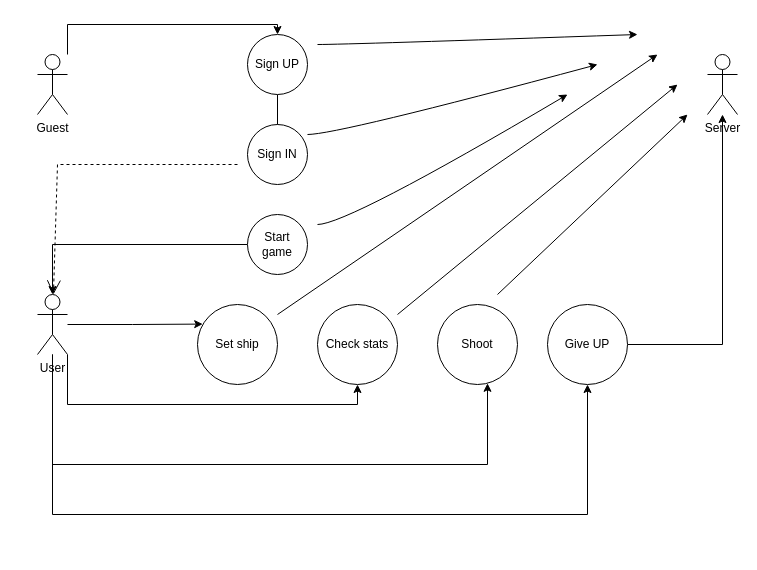
Before: UseCase.drawio in Galaxy-1337/Project_TMP, a draw.io diagram. Source tidied: cells renumbered, new cells numbered last; positions are measured from the earlier drawing's top-left corner, leaving out a move shared by most shapes. Both pictures are drawn from the tidied source at 100%, with x=0, y=0 at pixel (37, 24).
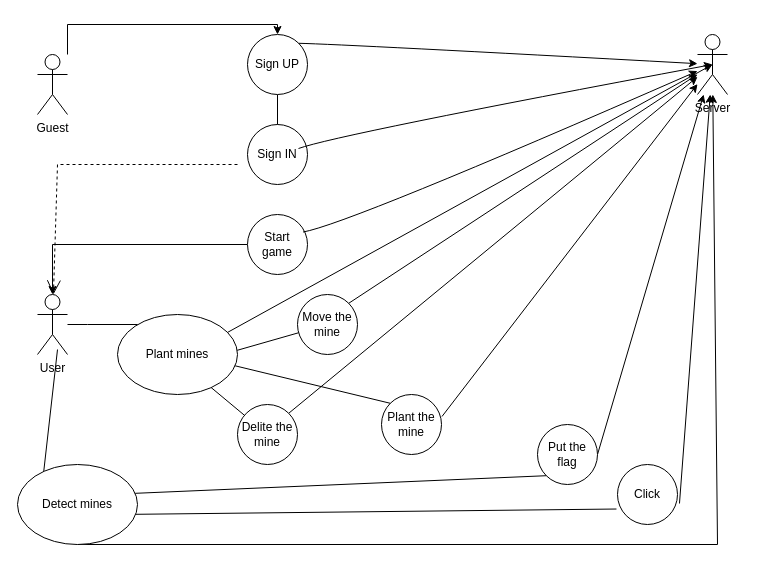
The same page after the edit.

Unchanged cells that the change refers to:
```xml
<mxCell id="6" value="User" style="shape=umlActor;verticalLabelPosition=bottom;verticalAlign=top;html=1;outlineConnect=0;" parent="1" vertex="1">
  <mxGeometry y="270" width="30" height="60" as="geometry" />
</mxCell>
<mxCell id="9" value="Sign UP" style="ellipse;whiteSpace=wrap;html=1;" parent="1" vertex="1">
  <mxGeometry x="210" y="10" width="60" height="60" as="geometry" />
</mxCell>
<mxCell id="10" value="Sign IN" style="ellipse;whiteSpace=wrap;html=1;" parent="1" vertex="1">
  <mxGeometry x="210" y="100" width="60" height="60" as="geometry" />
</mxCell>
<mxCell id="14" value="Start game" style="ellipse;whiteSpace=wrap;html=1;" parent="1" vertex="1">
  <mxGeometry x="210" y="190" width="60" height="60" as="geometry" />
</mxCell>
```

Change to the diagram source:
```diff
@@
-    <mxCell id="4" style="edgeStyle=orthogonalEdgeStyle;rounded=0;jettySize=auto;html=1;entryX=0.5;entryY=1;entryDx=0;entryDy=0;" parent="1" edge="1" source="6" target="15">
-      <mxGeometry relative="1" as="geometry">
-        <Array as="points">
-          <mxPoint x="30" y="380" />
-          <mxPoint x="320" y="380" />
-        </Array>
-      </mxGeometry>
-    </mxCell>
-    <mxCell id="5" style="edgeStyle=orthogonalEdgeStyle;rounded=0;jettySize=auto;html=1;" parent="1" edge="1" source="6" target="17">
-      <mxGeometry relative="1" as="geometry">
-        <Array as="points">
-          <mxPoint x="15" y="490" />
-          <mxPoint x="550" y="490" />
-        </Array>
-      </mxGeometry>
-    </mxCell>
@@
     <mxCell id="7" value="Server" style="shape=umlActor;verticalLabelPosition=bottom;verticalAlign=top;html=1;outlineConnect=0;" parent="1" vertex="1">
-      <mxGeometry x="670" y="30" width="30" height="60" as="geometry" />
+      <mxGeometry x="660" y="10" width="30" height="60" as="geometry" />
     </mxCell>
@@
-    <mxCell id="11" value="Set ship" style="ellipse;whiteSpace=wrap;html=1;" parent="1" vertex="1">
-      <mxGeometry x="160" y="280" width="80" height="80" as="geometry" />
-    </mxCell>
-    <mxCell id="12" value="Shoot" style="ellipse;whiteSpace=wrap;html=1;" parent="1" vertex="1">
-      <mxGeometry x="400" y="280" width="80" height="80" as="geometry" />
+    <mxCell id="12" value="Click" style="ellipse;whiteSpace=wrap;html=1;" parent="1" vertex="1">
+      <mxGeometry x="580" y="440" width="60" height="60" as="geometry" />
     </mxCell>
@@
-    <mxCell id="15" value="Check stats" style="ellipse;whiteSpace=wrap;html=1;" parent="1" vertex="1">
-      <mxGeometry x="280" y="280" width="80" height="80" as="geometry" />
-    </mxCell>
-    <mxCell id="16" style="edgeStyle=orthogonalEdgeStyle;rounded=0;jettySize=auto;html=1;" parent="1" edge="1" source="17" target="7">
-      <mxGeometry relative="1" as="geometry" />
-    </mxCell>
-    <mxCell id="17" value="Give UP" style="ellipse;whiteSpace=wrap;html=1;" parent="1" vertex="1">
-      <mxGeometry x="510" y="280" width="80" height="80" as="geometry" />
+    <mxCell id="17" value="Move the mine" style="ellipse;whiteSpace=wrap;html=1;" parent="1" vertex="1">
+      <mxGeometry x="260" y="270" width="60" height="60" as="geometry" />
     </mxCell>
-    <mxCell id="18" style="edgeStyle=orthogonalEdgeStyle;rounded=0;jettySize=auto;html=1;entryX=0.065;entryY=0.245;entryDx=0;entryDy=0;entryPerimeter=0;" parent="1" edge="1" source="6" target="11">
-      <mxGeometry relative="1" as="geometry" />
+    <mxCell id="18" style="edgeStyle=orthogonalEdgeStyle;rounded=0;jettySize=auto;html=1;entryX=0.065;entryY=0.245;entryDx=0;entryDy=0;entryPerimeter=0;" parent="1" edge="1" source="6">
+      <mxGeometry relative="1" as="geometry">
+        <mxPoint x="115.2" y="309.6" as="targetPoint" />
+        <Array as="points">
+          <mxPoint x="50" y="300" />
+          <mxPoint x="50" y="300" />
+        </Array>
+      </mxGeometry>
     </mxCell>
-    <mxCell id="19" style="edgeStyle=orthogonalEdgeStyle;rounded=0;jettySize=auto;html=1;entryX=0.625;entryY=0.985;entryDx=0;entryDy=0;entryPerimeter=0;" parent="1" edge="1" source="6" target="12">
-      <mxGeometry relative="1" as="geometry">
-        <Array as="points">
-          <mxPoint x="15" y="440" />
-          <mxPoint x="450" y="440" />
-        </Array>
-      </mxGeometry>
-    </mxCell>
-    <mxCell id="20" style="endArrow=classic;html=1;rounded=0;" parent="1" edge="1">
-      <mxGeometry relative="1" as="geometry">
-        <mxPoint x="460" y="270" as="sourcePoint" />
-        <mxPoint x="650" y="90" as="targetPoint" />
-      </mxGeometry>
+    <mxCell id="20" style="endArrow=classic;html=1;rounded=0;exitX=1.033;exitY=0.65;exitDx=0;exitDy=0;exitPerimeter=0;" parent="1" edge="1" source="12" target="7">
+      <mxGeometry relative="1" as="geometry" />
     </mxCell>
-    <mxCell id="21" style="endArrow=classic;html=1;rounded=0;" parent="1" edge="1">
-      <mxGeometry relative="1" as="geometry">
-        <mxPoint x="360" y="290" as="sourcePoint" />
-        <mxPoint x="640" y="60" as="targetPoint" />
-      </mxGeometry>
+    <mxCell id="21" style="endArrow=classic;html=1;rounded=0;exitX=1;exitY=0.5;exitDx=0;exitDy=0;" parent="1" edge="1" source="27" target="7">
+      <mxGeometry relative="1" as="geometry" />
     </mxCell>
-    <mxCell id="22" style="endArrow=classic;html=1;rounded=0;" parent="1" edge="1">
+    <mxCell id="22" style="endArrow=classic;html=1;rounded=0;entryX=0.5;entryY=0.5;entryDx=0;entryDy=0;entryPerimeter=0;" parent="1" edge="1" target="7">
       <mxGeometry relative="1" as="geometry">
-        <mxPoint x="240" y="290" as="sourcePoint" />
-        <mxPoint x="620" y="30" as="targetPoint" />
+        <mxPoint x="185" y="310.7" as="sourcePoint" />
       </mxGeometry>
     </mxCell>
@@
-    <mxCell id="24" style="endArrow=classic;html=1;rounded=0;curved=1;" parent="1" edge="1">
+    <mxCell id="24" style="endArrow=classic;html=1;rounded=0;curved=1;exitX=1;exitY=0;exitDx=0;exitDy=0;" parent="1" edge="1" source="9" target="7">
       <mxGeometry relative="1" as="geometry">
-        <mxPoint x="280" y="20" as="sourcePoint" />
-        <mxPoint x="600" y="10" as="targetPoint" />
         <Array as="points">
           <mxPoint x="310" y="20" />
         </Array>
       </mxGeometry>
     </mxCell>
-    <mxCell id="25" style="endArrow=classic;html=1;rounded=0;curved=1;" parent="1" edge="1">
+    <mxCell id="25" style="endArrow=classic;html=1;rounded=0;curved=1;entryX=0.5;entryY=0.5;entryDx=0;entryDy=0;entryPerimeter=0;exitX=0.85;exitY=0.4;exitDx=0;exitDy=0;exitPerimeter=0;" parent="1" edge="1" source="10" target="7">
       <mxGeometry relative="1" as="geometry">
-        <mxPoint x="270" y="110" as="sourcePoint" />
-        <mxPoint x="560" y="40" as="targetPoint" />
         <Array as="points">
           <mxPoint x="300" y="110" />
         </Array>
       </mxGeometry>
     </mxCell>
-    <mxCell id="26" style="endArrow=classic;html=1;rounded=0;curved=1;" parent="1" edge="1">
+    <mxCell id="26" style="endArrow=classic;html=1;rounded=0;curved=1;exitX=0.925;exitY=0.292;exitDx=0;exitDy=0;exitPerimeter=0;" parent="1" edge="1" source="14" target="7">
       <mxGeometry relative="1" as="geometry">
-        <mxPoint x="280" y="200" as="sourcePoint" />
-        <mxPoint x="530" y="70" as="targetPoint" />
         <Array as="points">
           <mxPoint x="310" y="200" />
         </Array>
       </mxGeometry>
     </mxCell>
+    <mxCell id="27" value="Put the flag" style="ellipse;whiteSpace=wrap;html=1;" parent="1" vertex="1">
+      <mxGeometry x="500" y="400" width="60" height="60" as="geometry" />
+    </mxCell>
+    <mxCell id="28" style="endArrow=classic;html=1;rounded=0;entryX=0.063;entryY=0.225;entryDx=0;entryDy=0;entryPerimeter=0;" parent="1" edge="1">
+      <mxGeometry relative="1" as="geometry">
+        <mxPoint x="20" y="325" as="sourcePoint" />
+        <mxPoint x="5" y="458" as="targetPoint" />
+      </mxGeometry>
+    </mxCell>
+    <mxCell id="29" style="endArrow=classic;html=1;rounded=0;exitX=1.008;exitY=0.367;exitDx=0;exitDy=0;exitPerimeter=0;" parent="1" edge="1" source="32" target="7">
+      <mxGeometry relative="1" as="geometry" />
+    </mxCell>
+    <mxCell id="30" style="endArrow=classic;html=1;rounded=0;exitX=1;exitY=0;exitDx=0;exitDy=0;" parent="1" edge="1" source="31" target="7">
+      <mxGeometry relative="1" as="geometry" />
+    </mxCell>
+    <mxCell id="31" value="Delite the mine" style="ellipse;whiteSpace=wrap;html=1;" parent="1" vertex="1">
+      <mxGeometry x="200" y="380" width="60" height="60" as="geometry" />
+    </mxCell>
+    <mxCell id="32" value="Plant the mine" style="ellipse;whiteSpace=wrap;html=1;" parent="1" vertex="1">
+      <mxGeometry x="344" y="370" width="60" height="60" as="geometry" />
+    </mxCell>
+    <mxCell id="33" style="endArrow=classic;html=1;rounded=0;" parent="1" edge="1" target="7">
+      <mxGeometry relative="1" as="geometry">
+        <mxPoint x="40" y="520" as="sourcePoint" />
+        <Array as="points">
+          <mxPoint x="680" y="520" />
+        </Array>
+      </mxGeometry>
+    </mxCell>
+    <mxCell id="16" style="endArrow=classic;html=1;rounded=0;exitX=1;exitY=0;exitDx=0;exitDy=0;" parent="1" edge="1" source="17" target="7">
+      <mxGeometry relative="1" as="geometry" />
+    </mxCell>
+    <mxCell id="34" style="endArrow=none;html=1;rounded=0;entryX=-0.017;entryY=0.742;entryDx=0;entryDy=0;entryPerimeter=0;" parent="1" edge="1" target="12">
+      <mxGeometry relative="1" as="geometry">
+        <mxPoint x="80" y="490" as="sourcePoint" />
+      </mxGeometry>
+    </mxCell>
+    <mxCell id="35" style="endArrow=none;html=1;rounded=0;entryX=0;entryY=1;entryDx=0;entryDy=0;" parent="1" edge="1" target="27">
+      <mxGeometry relative="1" as="geometry">
+        <mxPoint x="70" y="470" as="sourcePoint" />
+      </mxGeometry>
+    </mxCell>
+    <mxCell id="36" style="endArrow=none;html=1;rounded=0;" parent="1" edge="1" target="17">
+      <mxGeometry relative="1" as="geometry">
+        <mxPoint x="185" y="330" as="sourcePoint" />
+      </mxGeometry>
+    </mxCell>
+    <mxCell id="37" style="endArrow=none;html=1;rounded=0;" parent="1" edge="1" target="31">
+      <mxGeometry relative="1" as="geometry">
+        <mxPoint x="170" y="360" as="sourcePoint" />
+      </mxGeometry>
+    </mxCell>
+    <mxCell id="38" style="endArrow=none;html=1;rounded=0;entryX=0;entryY=0;entryDx=0;entryDy=0;" parent="1" edge="1" target="32">
+      <mxGeometry relative="1" as="geometry">
+        <mxPoint x="188.9" y="339.2" as="sourcePoint" />
+      </mxGeometry>
+    </mxCell>
+    <mxCell id="39" value="Detect mines" style="ellipse;whiteSpace=wrap;html=1;" parent="1" vertex="1">
+      <mxGeometry x="-20" y="440" width="120" height="80" as="geometry" />
+    </mxCell>
+    <mxCell id="40" value="Plant mines" style="ellipse;whiteSpace=wrap;html=1;" parent="1" vertex="1">
+      <mxGeometry x="80" y="290" width="120" height="80" as="geometry" />
+    </mxCell>
```
